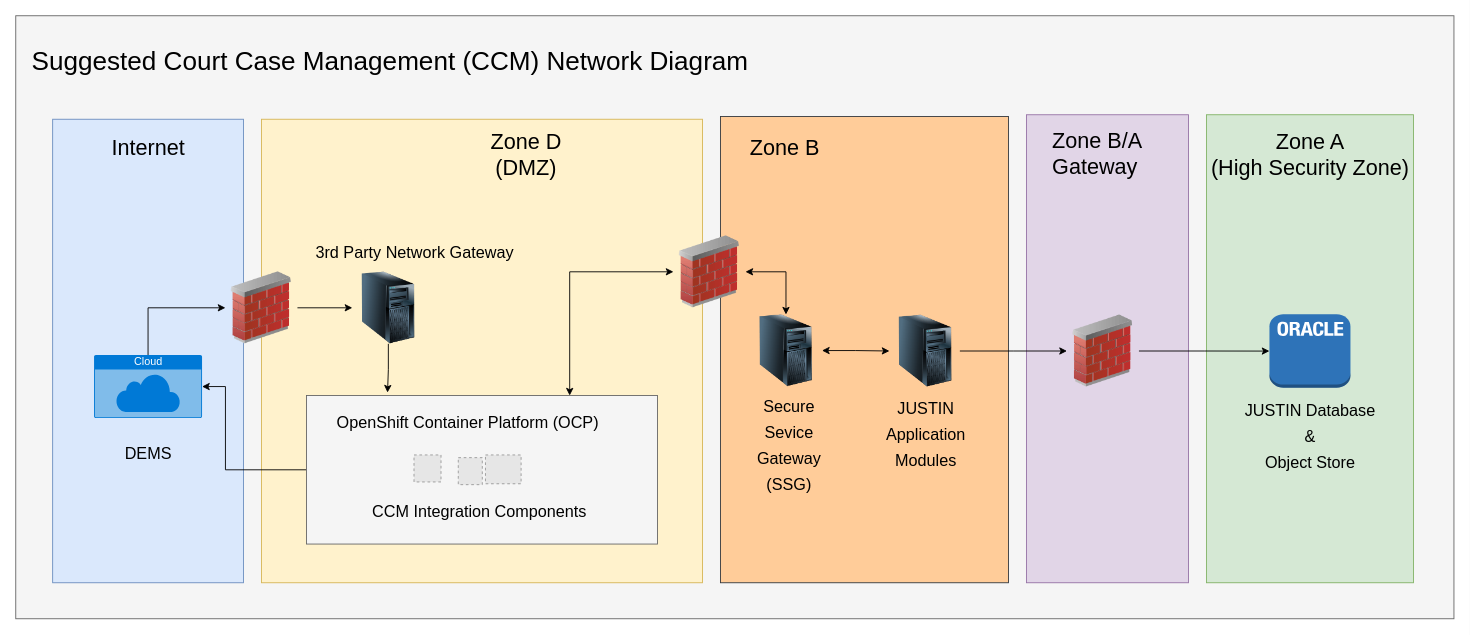
This is img/src/poc_network_diagram.drawio from bcgov/jpss-jade-ccm, a draw.io file, before an edit. Source tidied: cells renumbered, new cells numbered last; positions are measured from the earlier drawing's top-left corner, leaving out a move shared by most shapes. Both pictures are drawn from the tidied source at 90%, with x=0, y=0 at pixel (15, 15). Pictures stored in the file or linked from it are replaced by grey dashed boxes.
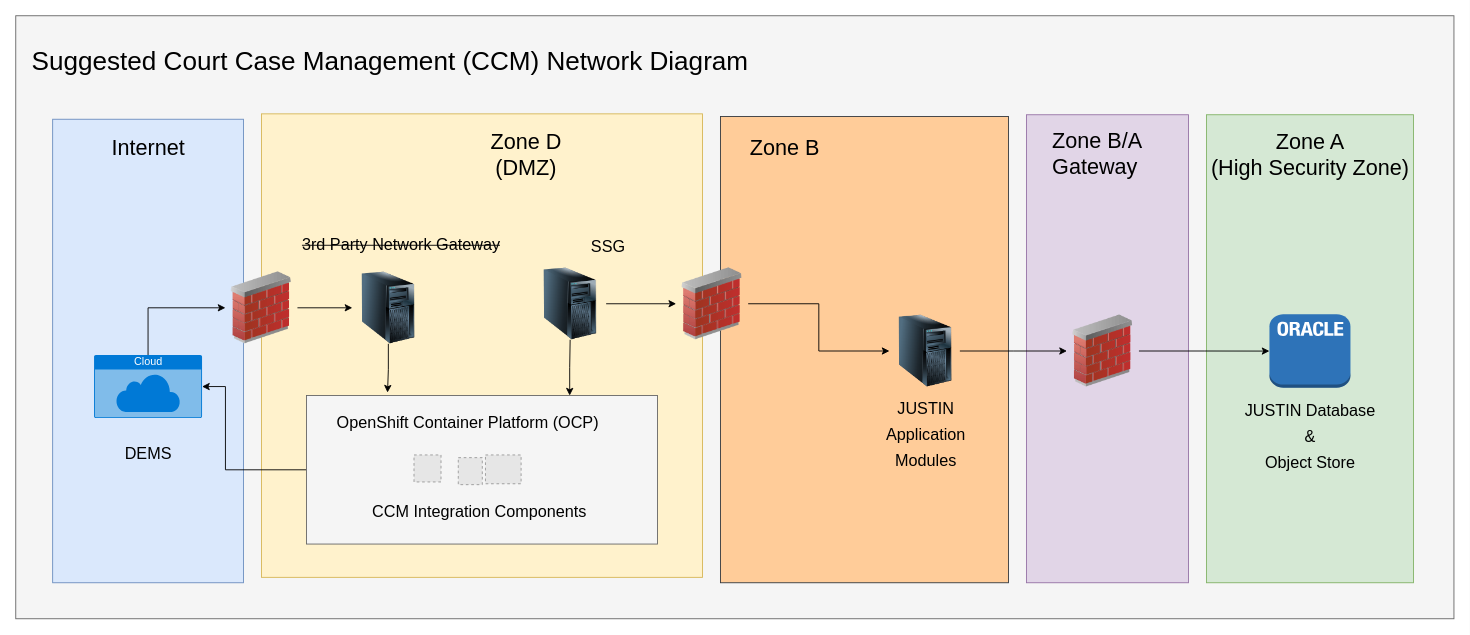
The same page after the edit.

Commit message (it also covers changes not shown here):
Updated network diagrams

Unchanged cells that the change refers to:
```xml
<mxCell id="27" style="rounded=1;whiteSpace=wrap;html=1;fillColor=#f5f5f5;strokeColor=#666666;fontSize=25;arcSize=0;fontColor=#333333;" parent="1" vertex="1">
  <mxGeometry x="323" y="422" width="390" height="165" as="geometry" />
</mxCell>
<mxCell id="41" style="image;html=1;image=img/lib/clip_art/computers/Server_Tower_128x128.png;fontSize=18;" parent="1" vertex="1">
  <mxGeometry x="970.8" y="332.5" width="80" height="80" as="geometry" />
</mxCell>
```

What changed in the source:
```diff
@@
     <mxCell id="7" style="rounded=1;whiteSpace=wrap;html=1;fillColor=#fff2cc;strokeColor=#d6b656;fontSize=25;arcSize=0;" parent="1" vertex="1">
-      <mxGeometry x="273" y="115" width="490" height="515" as="geometry" />
+      <mxGeometry x="273" y="109" width="490" height="515" as="geometry" />
     </mxCell>
@@
-    <mxCell id="12" style="edgeStyle=orthogonalEdgeStyle;rounded=0;jettySize=auto;html=1;entryX=0.5;entryY=0;entryDx=0;entryDy=0;fontSize=18;startArrow=classic;startFill=1;strokeColor=#000000;" parent="1" edge="1" source="13" target="37">
+    <mxCell id="12" style="edgeStyle=orthogonalEdgeStyle;rounded=0;jettySize=auto;html=1;fontSize=18;startArrow=classic;startFill=1;strokeColor=#000000;endArrow=none;endFill=0;" parent="1" edge="1" source="13" target="37">
       <mxGeometry relative="1" as="geometry" />
     </mxCell>
     <mxCell id="13" style="image;html=1;image=img/lib/clip_art/networking/Firewall_02_128x128.png;" parent="1" vertex="1">
-      <mxGeometry x="730.8" y="244.5" width="80" height="80" as="geometry" />
+      <mxGeometry x="733.8" y="280" width="80" height="80" as="geometry" />
     </mxCell>
@@
-    <mxCell id="18" value="&lt;div&gt;&lt;span style=&quot;font-size: 18px ; font-weight: 400&quot;&gt;3rd Party Network Gateway&lt;/span&gt;&lt;/div&gt;" style="text;strokeColor=none;fillColor=none;html=1;fontSize=24;fontStyle=1;verticalAlign=middle;align=center;rounded=1;labelBackgroundColor=none;fontColor=#000000;" parent="1" vertex="1">
-      <mxGeometry x="327.5" y="239" width="230" height="45" as="geometry" />
+    <mxCell id="18" value="&lt;div&gt;&lt;span style=&quot;font-size: 18px ; font-weight: 400&quot;&gt;&lt;strike&gt;3rd Party Network Gateway&lt;/strike&gt;&lt;/span&gt;&lt;/div&gt;" style="text;strokeColor=none;fillColor=none;html=1;fontSize=24;fontStyle=1;verticalAlign=middle;align=center;rounded=1;labelBackgroundColor=none;fontColor=#000000;" parent="1" vertex="1">
+      <mxGeometry x="312.5" y="230" width="230" height="45" as="geometry" />
     </mxCell>
@@
-    <mxCell id="23" style="edgeStyle=orthogonalEdgeStyle;rounded=0;jettySize=auto;html=1;entryX=0;entryY=0.5;entryDx=0;entryDy=0;fontSize=18;startArrow=classic;startFill=1;exitX=0.75;exitY=0;exitDx=0;exitDy=0;strokeColor=#000000;" parent="1" edge="1" source="27" target="13">
+    <mxCell id="23" style="edgeStyle=orthogonalEdgeStyle;rounded=0;jettySize=auto;html=1;entryX=0.5;entryY=1;entryDx=0;entryDy=0;fontSize=18;startArrow=classic;startFill=1;exitX=0.75;exitY=0;exitDx=0;exitDy=0;strokeColor=#000000;endArrow=none;endFill=0;" parent="1" edge="1" source="27" target="37">
       <mxGeometry relative="1" as="geometry" />
     </mxCell>
@@
-    <mxCell id="36" style="edgeStyle=orthogonalEdgeStyle;rounded=0;jettySize=auto;html=1;entryX=0;entryY=0.5;entryDx=0;entryDy=0;fontSize=18;startArrow=classic;startFill=1;strokeColor=#000000;" parent="1" edge="1" source="37" target="41">
+    <mxCell id="36" style="edgeStyle=orthogonalEdgeStyle;rounded=0;jettySize=auto;html=1;entryX=0;entryY=0.5;entryDx=0;entryDy=0;fontSize=18;startArrow=none;startFill=0;strokeColor=#000000;" parent="1" edge="1" source="13" target="41">
       <mxGeometry relative="1" as="geometry" />
     </mxCell>
     <mxCell id="37" style="image;html=1;image=img/lib/clip_art/computers/Server_Tower_128x128.png;fontSize=18;" parent="1" vertex="1">
-      <mxGeometry x="815.8" y="332" width="80" height="80" as="geometry" />
+      <mxGeometry x="576" y="280" width="80" height="80" as="geometry" />
     </mxCell>
-    <mxCell id="38" value="&lt;div&gt;&lt;span style=&quot;font-size: 18px ; font-weight: 400&quot;&gt;Secure&lt;/span&gt;&lt;/div&gt;&lt;div&gt;&lt;span style=&quot;font-size: 18px ; font-weight: 400&quot;&gt;Sevice&lt;/span&gt;&lt;/div&gt;&lt;div&gt;&lt;span style=&quot;font-size: 18px ; font-weight: 400&quot;&gt;Gateway&lt;/span&gt;&lt;/div&gt;&lt;div&gt;&lt;span style=&quot;font-size: 18px ; font-weight: 400&quot;&gt;(SSG)&lt;/span&gt;&lt;/div&gt;" style="text;strokeColor=none;fillColor=none;html=1;fontSize=24;fontStyle=1;verticalAlign=middle;align=center;rounded=1;labelBackgroundColor=none;fontColor=#000000;" parent="1" vertex="1">
-      <mxGeometry x="743.8" y="423.5" width="230" height="104" as="geometry" />
+    <mxCell id="38" value="&lt;div&gt;&lt;span style=&quot;font-size: 18px ; font-weight: 400&quot;&gt;SSG&lt;/span&gt;&lt;/div&gt;" style="text;strokeColor=none;fillColor=none;html=1;fontSize=24;fontStyle=1;verticalAlign=middle;align=center;rounded=1;labelBackgroundColor=none;fontColor=#000000;" parent="1" vertex="1">
+      <mxGeometry x="593" y="232" width="129.2" height="46.5" as="geometry" />
     </mxCell>
```
